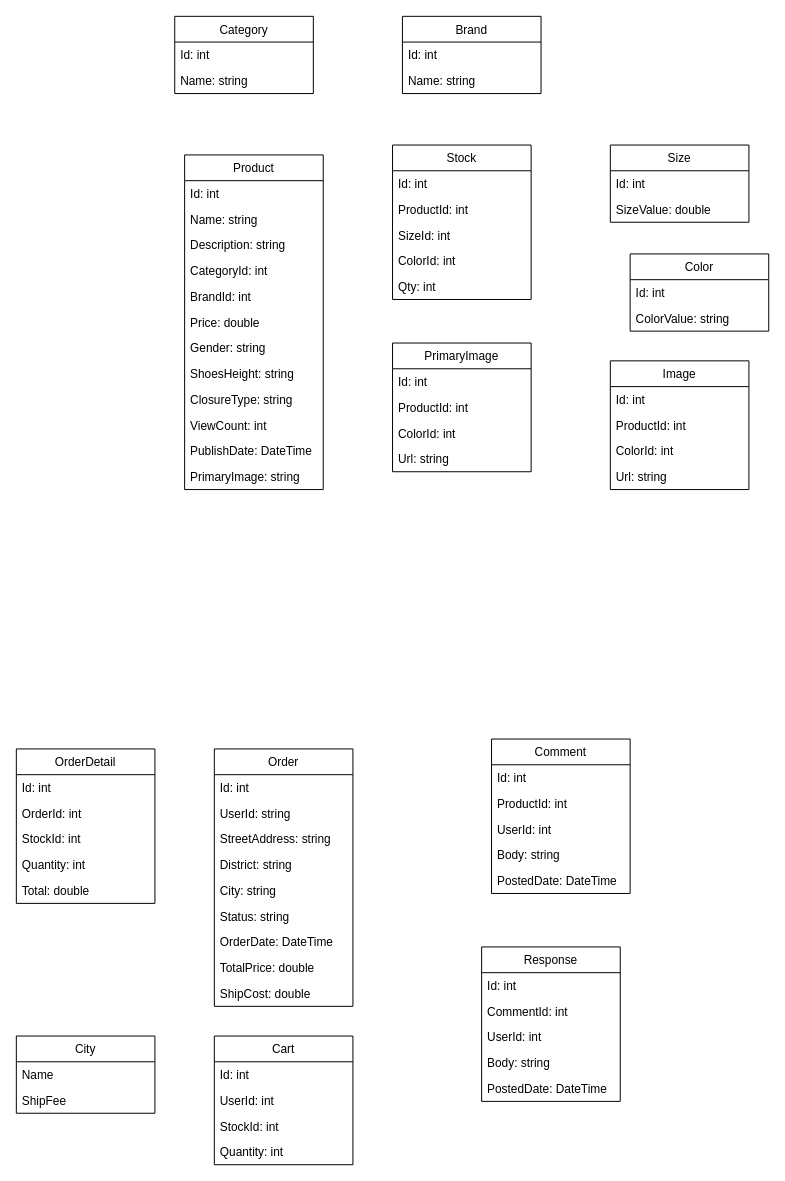
This is db.drawio from ncnt257/Hyper-Shop, a draw.io file, before an edit. Source tidied: cells renumbered, new cells numbered last; positions are measured from the earlier drawing's top-left corner, leaving out a move shared by most shapes. Both pictures are drawn from the tidied source at 99%, with x=0, y=0 at pixel (16, 16).
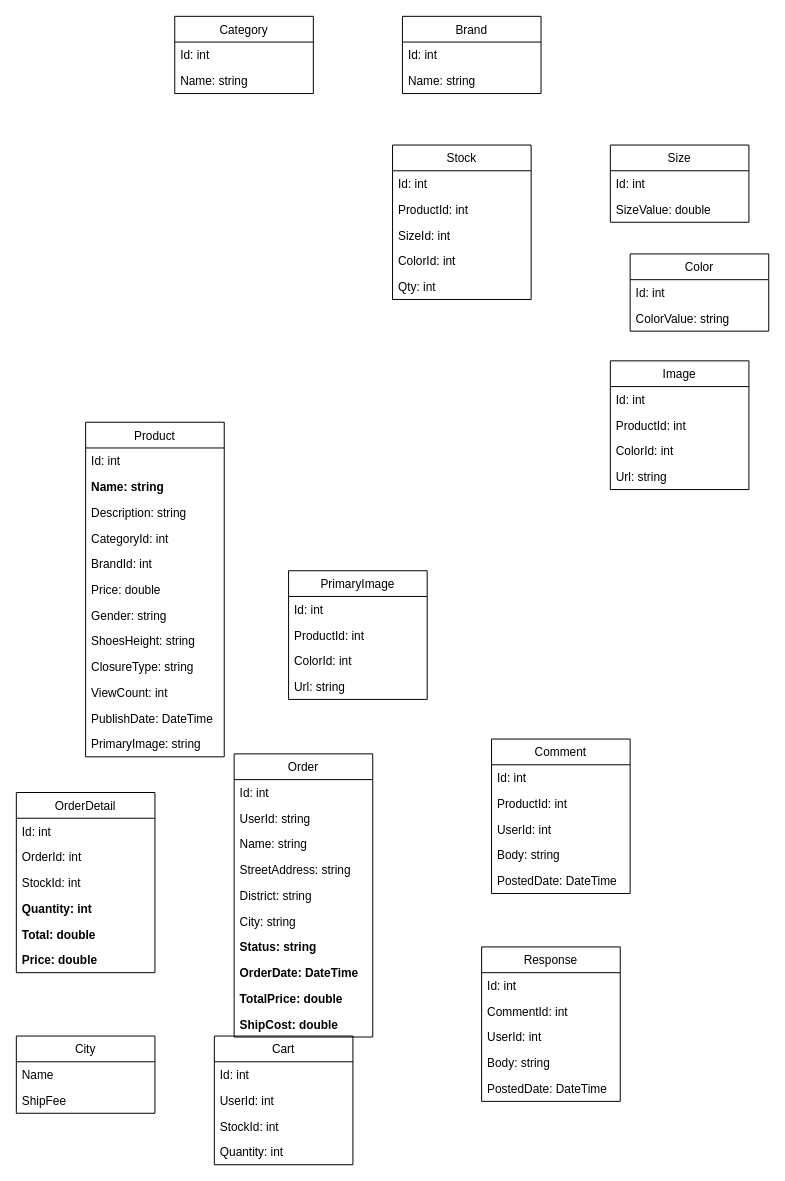
After the change.

The edit, as a diff of the source:
```diff
@@
     <mxCell id="8" value="Product" style="swimlane;fontStyle=0;horizontal=1;startSize=26;fillColor=none;" parent="1" vertex="1">
-      <mxGeometry x="170" y="140" width="140" height="338" as="geometry" />
+      <mxGeometry x="70" y="410" width="140" height="338" as="geometry" />
     </mxCell>
@@
-    <mxCell id="10" value="Name: string" style="text;strokeColor=none;fillColor=none;align=left;verticalAlign=top;spacingLeft=4;spacingRight=4;overflow=hidden;" parent="8" vertex="1">
+    <mxCell id="10" value="Name: string" style="text;strokeColor=none;fillColor=none;align=left;verticalAlign=top;spacingLeft=4;spacingRight=4;overflow=hidden;fontStyle=1;" parent="8" vertex="1">
       <mxGeometry y="52" width="140" height="26" as="geometry" />
     </mxCell>
@@
     <mxCell id="36" value="Order" style="swimlane;fontStyle=0;horizontal=1;startSize=26;fillColor=none;" parent="1" vertex="1">
-      <mxGeometry x="200" y="740" width="140" height="260" as="geometry" />
+      <mxGeometry x="220" y="745" width="140" height="286" as="geometry" />
     </mxCell>
@@
+    <mxCell id="79" value="Name: string" style="text;strokeColor=none;fillColor=none;align=left;verticalAlign=top;spacingLeft=4;spacingRight=4;overflow=hidden;" parent="36" vertex="1">
+      <mxGeometry y="78" width="140" height="26" as="geometry" />
+    </mxCell>
     <mxCell id="39" value="StreetAddress: string" style="text;strokeColor=none;fillColor=none;align=left;verticalAlign=top;spacingLeft=4;spacingRight=4;overflow=hidden;" parent="36" vertex="1">
-      <mxGeometry y="78" width="140" height="26" as="geometry" />
+      <mxGeometry y="104" width="140" height="26" as="geometry" />
     </mxCell>
     <mxCell id="40" value="District: string" style="text;strokeColor=none;fillColor=none;align=left;verticalAlign=top;spacingLeft=4;spacingRight=4;overflow=hidden;" parent="36" vertex="1">
-      <mxGeometry y="104" width="140" height="26" as="geometry" />
+      <mxGeometry y="130" width="140" height="26" as="geometry" />
     </mxCell>
     <mxCell id="41" value="City: string" style="text;strokeColor=none;fillColor=none;align=left;verticalAlign=top;spacingLeft=4;spacingRight=4;overflow=hidden;" parent="36" vertex="1">
-      <mxGeometry y="130" width="140" height="26" as="geometry" />
+      <mxGeometry y="156" width="140" height="26" as="geometry" />
     </mxCell>
-    <mxCell id="42" value="Status: string" style="text;strokeColor=none;fillColor=none;align=left;verticalAlign=top;spacingLeft=4;spacingRight=4;overflow=hidden;" parent="36" vertex="1">
-      <mxGeometry y="156" width="140" height="26" as="geometry" />
+    <mxCell id="42" value="Status: string" style="text;strokeColor=none;fillColor=none;align=left;verticalAlign=top;spacingLeft=4;spacingRight=4;overflow=hidden;fontStyle=1;" parent="36" vertex="1">
+      <mxGeometry y="182" width="140" height="26" as="geometry" />
     </mxCell>
-    <mxCell id="43" value="OrderDate: DateTime" style="text;strokeColor=none;fillColor=none;align=left;verticalAlign=top;spacingLeft=4;spacingRight=4;overflow=hidden;" parent="36" vertex="1">
-      <mxGeometry y="182" width="140" height="26" as="geometry" />
+    <mxCell id="43" value="OrderDate: DateTime" style="text;strokeColor=none;fillColor=none;align=left;verticalAlign=top;spacingLeft=4;spacingRight=4;overflow=hidden;fontStyle=1;" parent="36" vertex="1">
+      <mxGeometry y="208" width="140" height="26" as="geometry" />
     </mxCell>
-    <mxCell id="44" value="TotalPrice: double" style="text;strokeColor=none;fillColor=none;align=left;verticalAlign=top;spacingLeft=4;spacingRight=4;overflow=hidden;" parent="36" vertex="1">
-      <mxGeometry y="208" width="140" height="26" as="geometry" />
+    <mxCell id="44" value="TotalPrice: double" style="text;strokeColor=none;fillColor=none;align=left;verticalAlign=top;spacingLeft=4;spacingRight=4;overflow=hidden;fontStyle=1;" parent="36" vertex="1">
+      <mxGeometry y="234" width="140" height="26" as="geometry" />
     </mxCell>
-    <mxCell id="45" value="ShipCost: double" style="text;strokeColor=none;fillColor=none;align=left;verticalAlign=top;spacingLeft=4;spacingRight=4;overflow=hidden;" parent="36" vertex="1">
-      <mxGeometry y="234" width="140" height="26" as="geometry" />
+    <mxCell id="45" value="ShipCost: double" style="text;strokeColor=none;fillColor=none;align=left;verticalAlign=top;spacingLeft=4;spacingRight=4;overflow=hidden;fontStyle=1;" parent="36" vertex="1">
+      <mxGeometry y="260" width="140" height="26" as="geometry" />
     </mxCell>
     <mxCell id="46" value="OrderDetail" style="swimlane;fontStyle=0;horizontal=1;startSize=26;fillColor=none;" parent="1" vertex="1">
-      <mxGeometry y="740" width="140" height="156" as="geometry" />
+      <mxGeometry y="784" width="140" height="182" as="geometry" />
     </mxCell>
@@
-    <mxCell id="50" value="Quantity: int" style="text;strokeColor=none;fillColor=none;align=left;verticalAlign=top;spacingLeft=4;spacingRight=4;overflow=hidden;" parent="46" vertex="1">
+    <mxCell id="50" value="Quantity: int" style="text;strokeColor=none;fillColor=none;align=left;verticalAlign=top;spacingLeft=4;spacingRight=4;overflow=hidden;fontStyle=1;" parent="46" vertex="1">
       <mxGeometry y="104" width="140" height="26" as="geometry" />
     </mxCell>
-    <mxCell id="51" value="Total: double" style="text;strokeColor=none;fillColor=none;align=left;verticalAlign=top;spacingLeft=4;spacingRight=4;overflow=hidden;" parent="46" vertex="1">
+    <mxCell id="51" value="Total: double" style="text;strokeColor=none;fillColor=none;align=left;verticalAlign=top;spacingLeft=4;spacingRight=4;overflow=hidden;fontStyle=1;" parent="46" vertex="1">
       <mxGeometry y="130" width="140" height="26" as="geometry" />
     </mxCell>
+    <mxCell id="80" value="Price: double" style="text;strokeColor=none;fillColor=none;align=left;verticalAlign=top;spacingLeft=4;spacingRight=4;overflow=hidden;fontStyle=1;" parent="46" vertex="1">
+      <mxGeometry y="156" width="140" height="26" as="geometry" />
+    </mxCell>
@@
     <mxCell id="66" value="PrimaryImage" style="swimlane;fontStyle=0;horizontal=1;startSize=26;fillColor=none;" parent="1" vertex="1">
-      <mxGeometry x="380" y="330" width="140" height="130" as="geometry" />
+      <mxGeometry x="275" y="560" width="140" height="130" as="geometry" />
     </mxCell>
```
